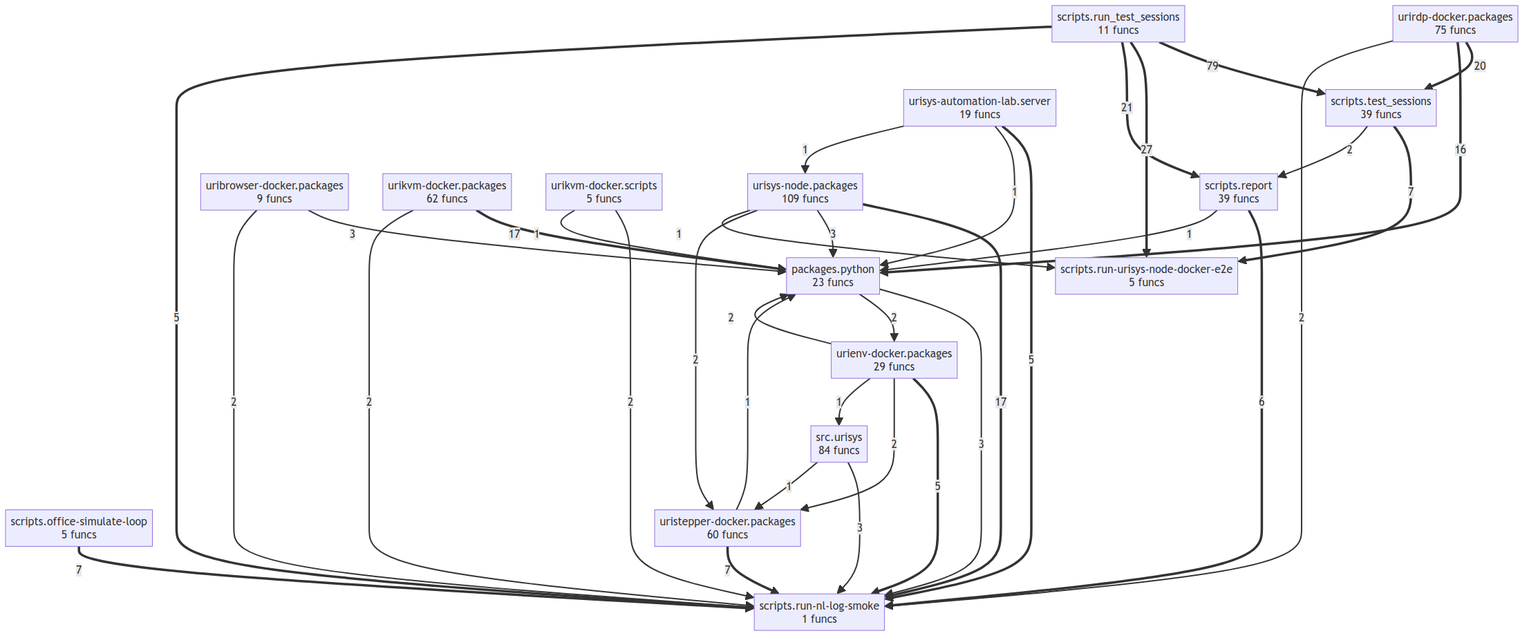
tellmesh/urisys keeps this Mermaid diagram as project/compact_flow.png. Above is the earlier version. Its source is kept beside it as project/compact_flow.mmd.
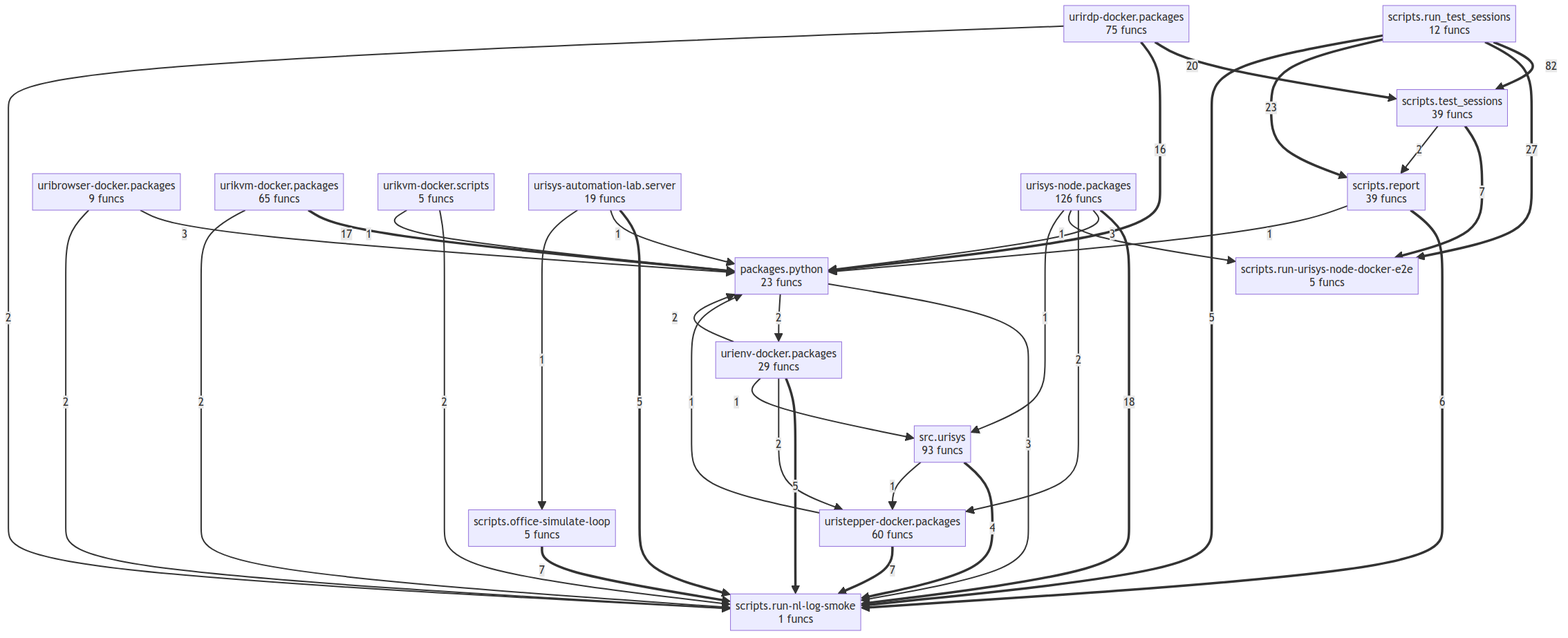
Above is the later version.

What changed in the source:
```diff
@@ -4,36 +4,37 @@
     scripts__report["scripts.report<br/>39 funcs"]
     scripts__run_nl_log_smoke["scripts.run-nl-log-smoke<br/>1 funcs"]
     scripts__run_urisys_node_docker_e2e["scripts.run-urisys-node-docker-e2e<br/>5 funcs"]
-    scripts__run_test_sessions["scripts.run_test_sessions<br/>11 funcs"]
+    scripts__run_test_sessions["scripts.run_test_sessions<br/>12 funcs"]
     scripts__test_sessions["scripts.test_sessions<br/>39 funcs"]
-    src__urisys["src.urisys<br/>84 funcs"]
+    src__urisys["src.urisys<br/>93 funcs"]
     uribrowser_docker__packages["uribrowser-docker.packages<br/>9 funcs"]
     urienv_docker__packages["urienv-docker.packages<br/>29 funcs"]
-    urikvm_docker__packages["urikvm-docker.packages<br/>62 funcs"]
+    urikvm_docker__packages["urikvm-docker.packages<br/>65 funcs"]
     urikvm_docker__scripts["urikvm-docker.scripts<br/>5 funcs"]
     urirdp_docker__packages["urirdp-docker.packages<br/>75 funcs"]
     uristepper_docker__packages["uristepper-docker.packages<br/>60 funcs"]
     urisys_automation_lab__server["urisys-automation-lab.server<br/>19 funcs"]
-    urisys_node__packages["urisys-node.packages<br/>109 funcs"]
-    scripts__run_test_sessions ==>|79| scripts__test_sessions
+    urisys_node__packages["urisys-node.packages<br/>126 funcs"]
+    scripts__run_test_sessions ==>|82| scripts__test_sessions
     scripts__run_test_sessions ==>|27| scripts__run_urisys_node_docker_e2e
-    scripts__run_test_sessions ==>|21| scripts__report
+    scripts__run_test_sessions ==>|23| scripts__report
     urirdp_docker__packages ==>|20| scripts__test_sessions
+    urisys_node__packages ==>|18| scripts__run_nl_log_smoke
     urikvm_docker__packages ==>|17| packages__python
-    urisys_node__packages ==>|17| scripts__run_nl_log_smoke
     urirdp_docker__packages ==>|16| packages__python
     uristepper_docker__packages ==>|7| scripts__run_nl_log_smoke
+    scripts__office_simulate_loop ==>|7| scripts__run_nl_log_smoke
     scripts__test_sessions ==>|7| scripts__run_urisys_node_docker_e2e
-    scripts__office_simulate_loop ==>|7| scripts__run_nl_log_smoke
     scripts__report ==>|6| scripts__run_nl_log_smoke
     urisys_automation_lab__server ==>|5| scripts__run_nl_log_smoke
     urienv_docker__packages ==>|5| scripts__run_nl_log_smoke
     scripts__run_test_sessions ==>|5| scripts__run_nl_log_smoke
+    src__urisys ==>|4| scripts__run_nl_log_smoke
     packages__python -->|3| scripts__run_nl_log_smoke
-    src__urisys -->|3| scripts__run_nl_log_smoke
     uribrowser_docker__packages -->|3| packages__python
     urisys_node__packages -->|3| packages__python
     packages__python -->|2| urienv_docker__packages
+    scripts__test_sessions -->|2| scripts__report
     urirdp_docker__packages -->|2| scripts__run_nl_log_smoke
     uribrowser_docker__packages -->|2| scripts__run_nl_log_smoke
     urikvm_docker__packages -->|2| scripts__run_nl_log_smoke
@@ -41,12 +42,12 @@
     urienv_docker__packages -->|2| uristepper_docker__packages
     urienv_docker__packages -->|2| packages__python
     urisys_node__packages -->|2| uristepper_docker__packages
-    scripts__test_sessions -->|2| scripts__report
-    src__urisys -->|1| uristepper_docker__packages
     uristepper_docker__packages -->|1| packages__python
     scripts__report -->|1| packages__python
     urikvm_docker__scripts -->|1| packages__python
     urisys_automation_lab__server -->|1| packages__python
-    urisys_automation_lab__server -->|1| urisys_node__packages
+    urisys_automation_lab__server -->|1| scripts__office_simulate_loop
     urienv_docker__packages -->|1| src__urisys
     urisys_node__packages -->|1| scripts__run_urisys_node_docker_e2e
+    src__urisys -->|1| uristepper_docker__packages
+    urisys_node__packages -->|1| src__urisys
```
